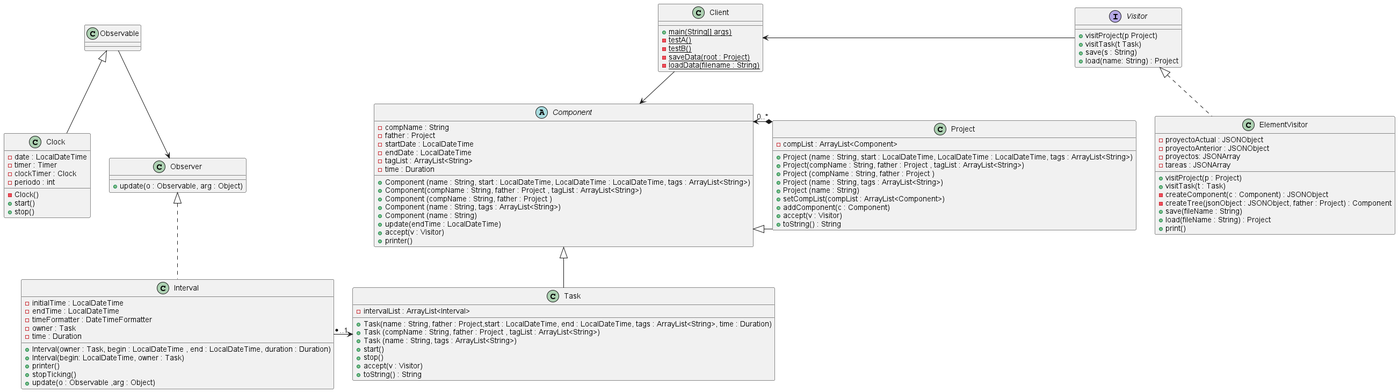
Before: TimeTraker.png, a diagram exported from PlantUML (Monkey-D-Luisi/TimeTracker). Its diagram source:
```plantuml
@startuml

class Interval{
- initialTime : LocalDateTime
- endTime : LocalDateTime
- timeFormatter : DateTimeFormatter
- owner : Task
- time : Duration
+ Interval(owner : Task, begin : LocalDateTime , end : LocalDateTime, duration : Duration)
+ Interval(begin: LocalDateTime, owner : Task)
+ printer()
+ stopTicking()
+ update(o : Observable ,arg : Object)
}

class Client{
+ {static} main(String[] args)
- {static} testA()
- {static} testB()
- {static} saveData(root : Project)
- {static} loadData(filename : String)
}
class Clock extends Observable{
- date : LocalDateTime
- timer : Timer
- clockTimer : Clock
- periodo : int
- Clock()
+ start()
+ stop()
}

class ElementVisitor implements Visitor{
- proyectoActual : JSONObject
- proyectoAnterior : JSONObject
- proyectos: JSONArray
- tareas : JSONArray
+ visitProject(p : Project)
+ visitTask(t : Task)
- createComponent(c : Component) : JSONObject
- createTree(jsonObject : JSONObject, father : Project) : Component
+ save(fileName : String)
+ load(fileName : String) : Project
+ print()
}

abstract class Component{
- compName : String
- father : Project
- startDate : LocalDateTime
- endDate : LocalDateTime
- tagList : ArrayList<String>
- time : Duration
+ Component (name : String, start : LocalDateTime, LocalDateTime : LocalDateTime, tags : ArrayList<String>)
+ Component(compName : String, father : Project , tagList : ArrayList<String>)
+ Component (compName : String, father : Project )
+ Component (name : String, tags : ArrayList<String>)
+ Component (name : String)
+ update(endTime : LocalDateTime)
+ accept(v : Visitor)
+ printer()
}

class Project extends Component{
- compList : ArrayList<Component>
+ Project (name : String, start : LocalDateTime, LocalDateTime : LocalDateTime, tags : ArrayList<String>)
+ Project(compName : String, father : Project , tagList : ArrayList<String>)
+ Project (compName : String, father : Project )
+ Project (name : String, tags : ArrayList<String>)
+ Project (name : String)
+ setCompList(compList : ArrayList<Component>)
+ addComponent(c : Component)
+ accept(v : Visitor)
+ toString() : String
}

class Task extends Component{
- intervalList : ArrayList<Interval>
+ Task(name : String, father : Project,start : LocalDateTime, end : LocalDateTime, tags : ArrayList<String>, time : Duration)
+ Task (compName : String, father : Project , tagList : ArrayList<String>)
+ Task (name : String, tags : ArrayList<String>)
+ start()
+ stop()
+ accept(v : Visitor)
+ toString() : String
}

interface Visitor{
+ visitProject(p Project)
+ visitTask(t Task)
+ save(s : String)
+ load(name: String) : Project
}

class Observer{
+ update(o : Observable, arg : Object)
}

Project *-right-> "0..*" Component
Interval --right--> "*..1" Task
Observable --down> Observer
Interval ..up|> Observer
Client --> Component
Visitor --left> Client
@enduml
```
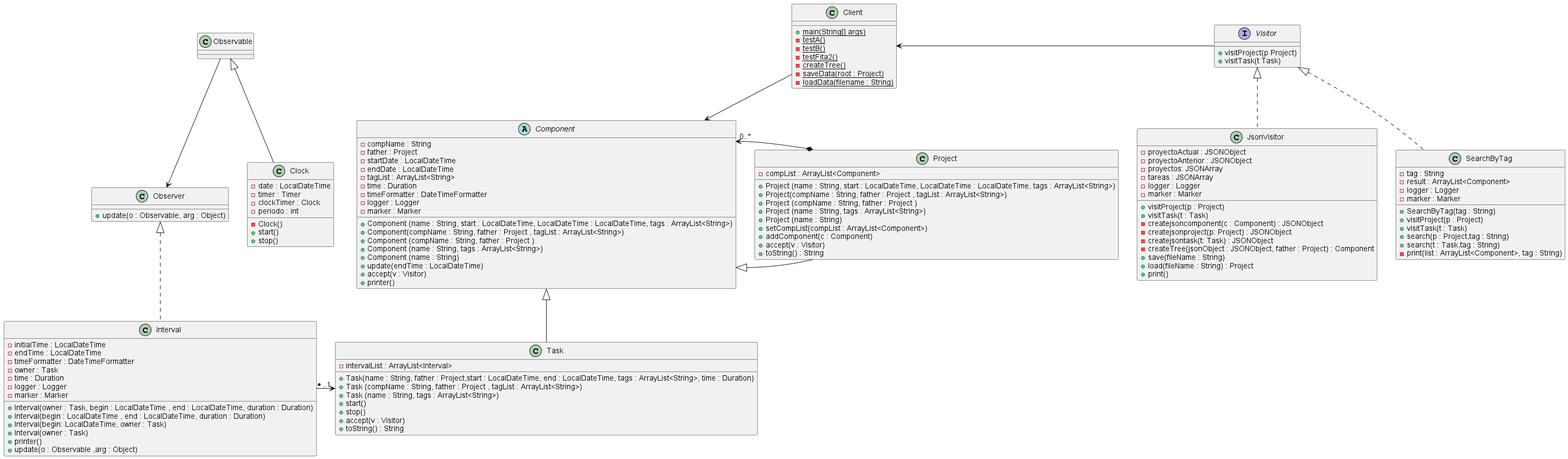
After the commit.

Change to the diagram source:
```diff
@@ -6,10 +6,13 @@
 - timeFormatter : DateTimeFormatter
 - owner : Task
 - time : Duration
+- logger : Logger
+- marker : Marker
 + Interval(owner : Task, begin : LocalDateTime , end : LocalDateTime, duration : Duration)
++ Interval(begin : LocalDateTime , end : LocalDateTime, duration : Duration)
 + Interval(begin: LocalDateTime, owner : Task)
++ Interval(owner : Task)
 + printer()
-+ stopTicking()
 + update(o : Observable ,arg : Object)
 }
 
@@ -17,6 +20,8 @@
 + {static} main(String[] args)
 - {static} testA()
 - {static} testB()
+- {static} testFita2()
+- {static} createTree()
 - {static} saveData(root : Project)
 - {static} loadData(filename : String)
 }
@@ -30,18 +35,35 @@
 + stop()
 }
 
-class ElementVisitor implements Visitor{
+class JsonVisitor implements Visitor{
 - proyectoActual : JSONObject
 - proyectoAnterior : JSONObject
 - proyectos: JSONArray
 - tareas : JSONArray
+- logger : Logger
+- marker : Marker
 + visitProject(p : Project)
 + visitTask(t : Task)
-- createComponent(c : Component) : JSONObject
+- createjsoncomponent(c : Component) : JSONObject
+- createjsonproject(p: Project) : JSONObject
+- createjsontask(t: Task) : JSONObject
 - createTree(jsonObject : JSONObject, father : Project) : Component
 + save(fileName : String)
 + load(fileName : String) : Project
 + print()
+}
+
+class SearchByTag implements Visitor{
+- tag : String
+- result : ArrayList<Component>
+- logger : Logger
+- marker : Marker
++ SearchByTag(tag : String)
++ visitProject(p : Project)
++ visitTask(t : Task)
++ search(p : Project,tag : String)
++ search(t : Task,tag : String)
+- print(list : ArrayList<Component>, tag : String)
 }
 
 abstract class Component{
@@ -51,6 +73,9 @@
 - endDate : LocalDateTime
 - tagList : ArrayList<String>
 - time : Duration
+- timeFormatter : DateTimeFormatter
+- logger : Logger
+- marker : Marker
 + Component (name : String, start : LocalDateTime, LocalDateTime : LocalDateTime, tags : ArrayList<String>)
 + Component(compName : String, father : Project , tagList : ArrayList<String>)
 + Component (compName : String, father : Project )
@@ -88,8 +113,6 @@
 interface Visitor{
 + visitProject(p Project)
 + visitTask(t Task)
-+ save(s : String)
-+ load(name: String) : Project
 }
 
 class Observer{
```
